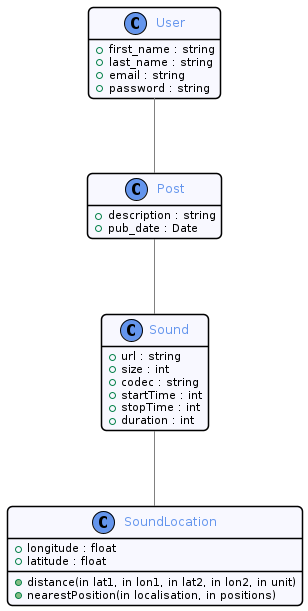
Before: out/docs/asciidoc/models/diagram/SoundBond.png, a diagram exported from PlantUML (soundbond-team/soundbond). Its diagram source:
```plantuml
@startuml SoundBond
!include ./commons.style


class Sound {
    +url : string
    +size : int
    +codec : string
    +startTime : int
    +stopTime : int
    +duration : int
}


class SoundLocation {
    +longitude : float
    +latitude : float
    +distance(in lat1, in lon1, in lat2, in lon2, in unit)
    +nearestPosition(in localisation, in positions)
}


class User {
    +first_name : string
    +last_name : string
    +email : string
    +password : string
}

class Post  {
    +description : string
    +pub_date : Date
}

User -- Post
Post -- Sound
Sound -- SoundLocation

@enduml
```
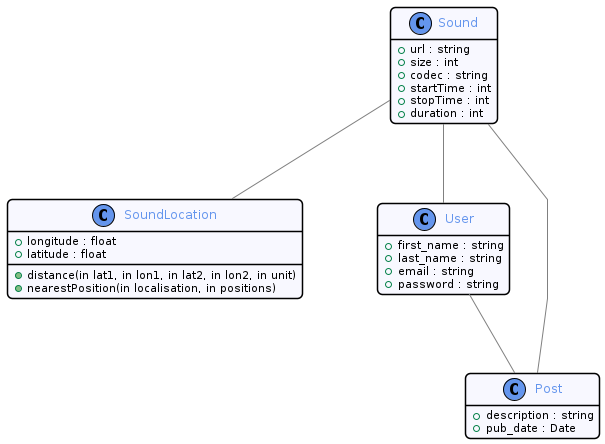
The same diagram one commit later.

Commit message:
Diagramme de classe dans la doc

The edit, as a diff of the source:
```diff
@@ -35,5 +35,6 @@
 User -- Post
 Post -- Sound
 Sound -- SoundLocation
+Sound -- User
 
 @enduml
```
